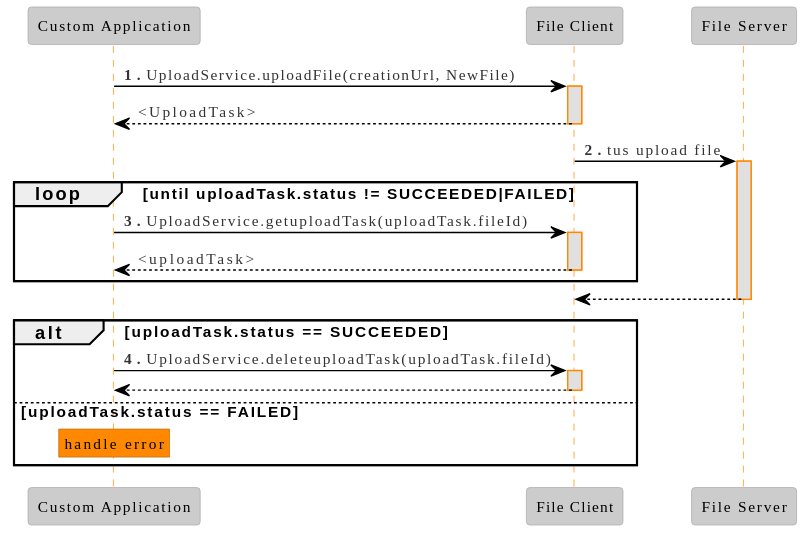
Before: docs/img/Sequence Diagram - Client - File Upload.svg, a diagram exported from PlantUML (eluinstra/file-server-documentation). Its diagram source:
```plantuml
@startuml
!theme reddress-lightorange

skinparam backgroundColor transparent


participant "Custom Application" as app
participant "File Client" as fc
participant "File Server" as fs

app -> fc: **1.** UploadService.uploadFile(creationUrl, NewFile)
activate fc

fc --> app: <UploadTask>
deactivate fc

fc -> fs: **2.** tus upload file
activate fs

loop until uploadTask.status != SUCCEEDED|FAILED
  app -> fc: **3.** UploadService.getuploadTask(uploadTask.fileId)
  activate fc

  fc --> app: <uploadTask>
  deactivate fc
end

fs --> fc
deactivate fs

alt uploadTask.status == SUCCEEDED
  app -> fc: **4.** UploadService.deleteuploadTask(uploadTask.fileId)
  activate fc

  fc --> app
  deactivate fc
else uploadTask.status == FAILED
  rnote over app: handle error
end
@enduml
```
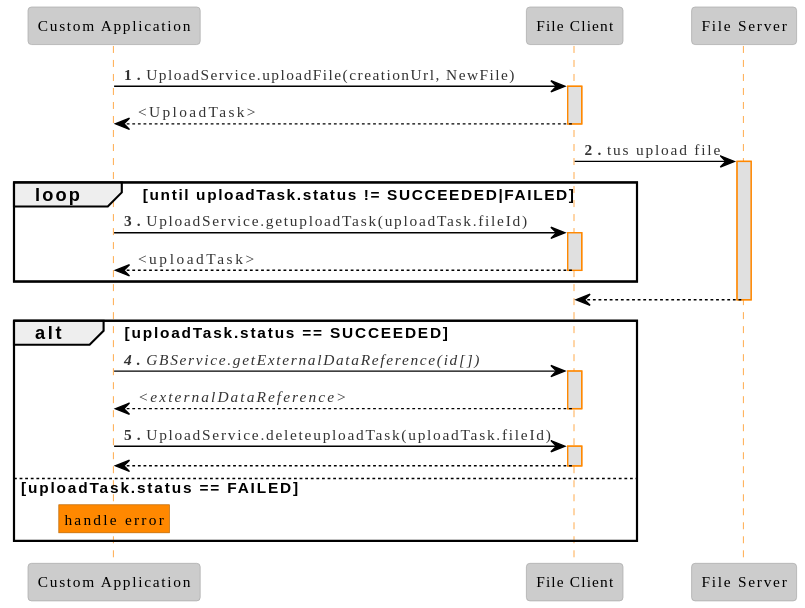
After the commit.

Diff of the diagram source:
```diff
@@ -29,7 +29,13 @@
 deactivate fs
 
 alt uploadTask.status == SUCCEEDED
-  app -> fc: **4.** UploadService.deleteuploadTask(uploadTask.fileId)
+  app -> fc: //**4.** GBService.getExternalDataReference(id[])//
+  activate fc
+
+  fc --> app: //<externalDataReference>//
+  deactivate fc
+
+  app -> fc: **5.** UploadService.deleteuploadTask(uploadTask.fileId)
   activate fc
 
   fc --> app
```
